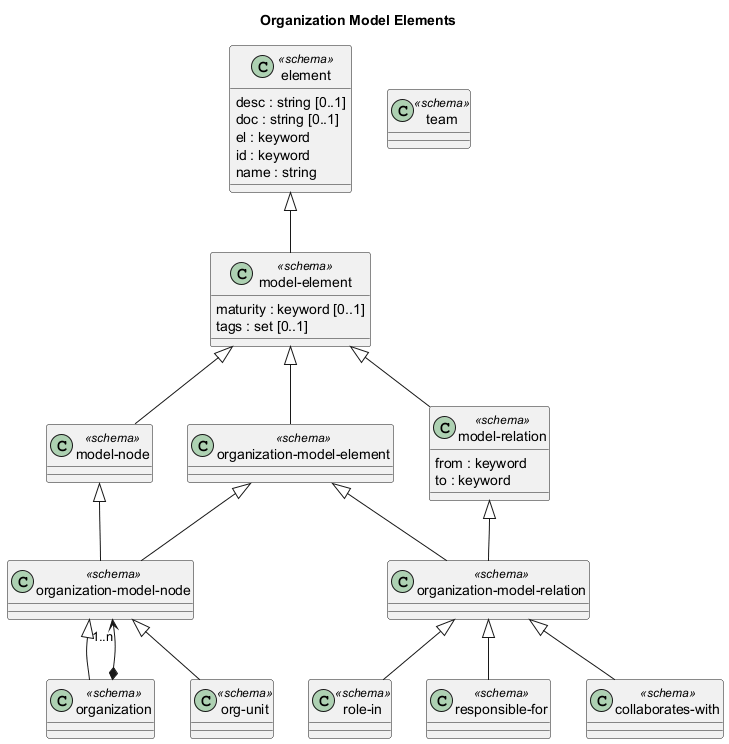
This is docs/overarch/data-model/organization-model-elements.png from soulspace-org/overarch, a PlantUML export, as it was before one commit.
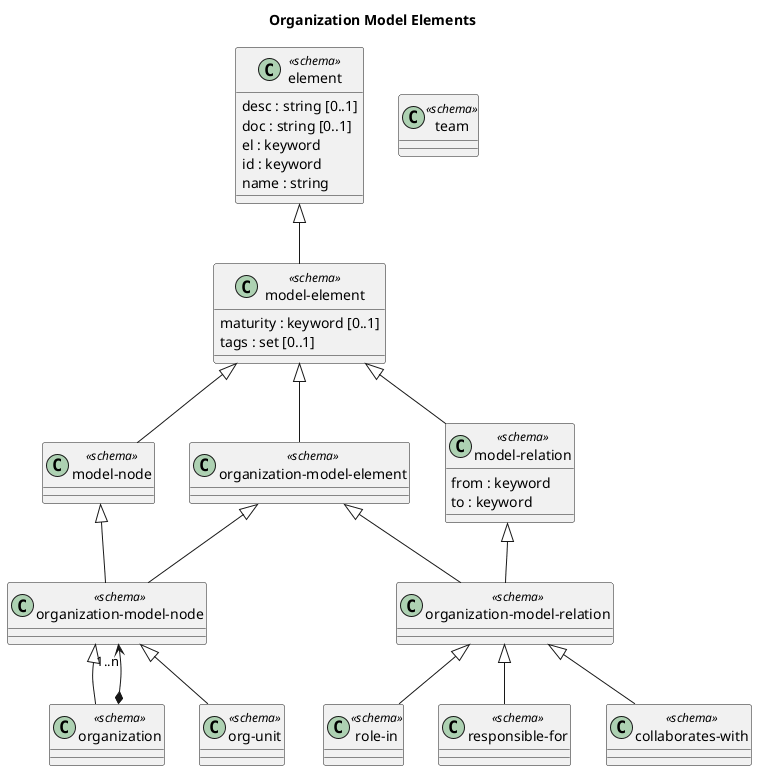
The same file after the commit.

What changed in the source:
```diff
@@ -1,12 +1,19 @@
 @startuml organization-model-elements
 title Organization Model Elements
-class "organization-model-node" as overarch_dataModel_organizationModelNode <<schema>> {}
-class "organization" as overarch_dataModel_organization <<schema>> {}
-class "organization-model-relation" as overarch_dataModel_organizationModelRelation <<schema>> {}
-class "model-node" as overarch_dataModel_modelNode <<schema>> {}
-class "team" as overarch_dataModel_team <<schema>> {}
-class "role-in" as overarch_dataModel_roleIn <<schema>> {}
-class "organization-model-element" as overarch_dataModel_organizationModelElement <<schema>> {}
+class "organization-model-node" as overarch_dataModel_organizationModelNode <<schema>> {
+}
+class "organization" as overarch_dataModel_organization <<schema>> {
+}
+class "organization-model-relation" as overarch_dataModel_organizationModelRelation <<schema>> {
+}
+class "model-node" as overarch_dataModel_modelNode <<schema>> {
+}
+class "team" as overarch_dataModel_team <<schema>> {
+}
+class "role-in" as overarch_dataModel_roleIn <<schema>> {
+}
+class "organization-model-element" as overarch_dataModel_organizationModelElement <<schema>> {
+}
 class "element" as overarch_dataModel_element <<schema>> {
   desc : string [0..1]
   doc : string [0..1]
@@ -18,9 +25,12 @@
   maturity : keyword [0..1]
   tags : set [0..1]
 }
-class "responsible-for" as overarch_dataModel_responsibleFor <<schema>> {}
-class "collaborates-with" as overarch_dataModel_collaboratesWith <<schema>> {}
-class "org-unit" as overarch_dataModel_orgUnit <<schema>> {}
+class "responsible-for" as overarch_dataModel_responsibleFor <<schema>> {
+}
+class "collaborates-with" as overarch_dataModel_collaboratesWith <<schema>> {
+}
+class "org-unit" as overarch_dataModel_orgUnit <<schema>> {
+}
 class "model-relation" as overarch_dataModel_modelRelation <<schema>> {
   from : keyword
   to : keyword
```
